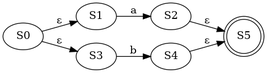
This is regex_to_min_dfa/Digraph.gv.png from Mamdouh-Attia/regex_NFA_DFA_generator, a Graphviz export, as it was before one commit. Its source is kept beside it as regex_to_min_dfa/Digraph.gv.
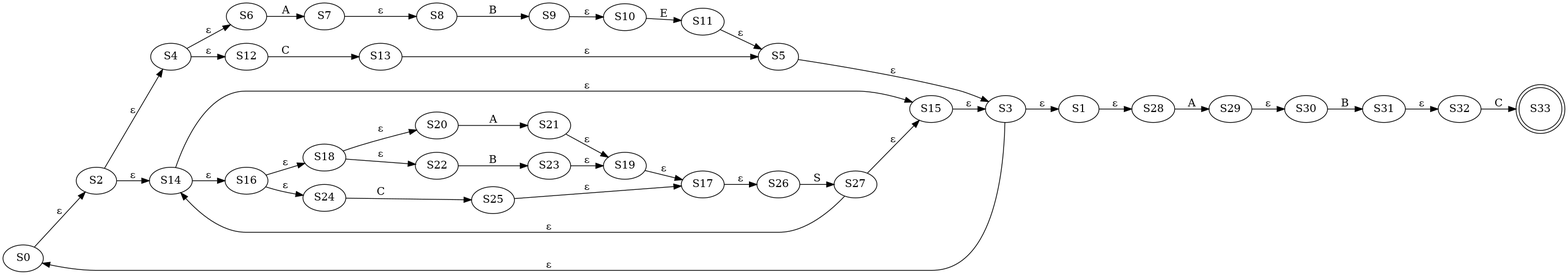
The same diagram one commit later.

Diff of the diagram source:
```diff
@@ -1,15 +1,77 @@
 digraph {
 	graph [rankdir=LR]
 	S0
-	S5 [shape=doublecircle]
 	S1
 	S2
 	S3
 	S4
-	S0 -> S1 [label="ε"]
-	S0 -> S3 [label="ε"]
-	S1 -> S2 [label=a]
-	S2 -> S5 [label="ε"]
-	S3 -> S4 [label=b]
-	S4 -> S5 [label="ε"]
+	S5
+	S6
+	S7
+	S8
+	S9
+	S10
+	S11
+	S12
+	S13
+	S14
+	S15
+	S16
+	S17
+	S18
+	S19
+	S20
+	S21
+	S22
+	S23
+	S24
+	S25
+	S26
+	S27
+	S28
+	S29
+	S30
+	S31
+	S32
+	S33 [shape=doublecircle]
+	S0 -> S2 [label="ε"]
+	S1 -> S28 [label="ε"]
+	S2 -> S4 [label="ε"]
+	S2 -> S14 [label="ε"]
+	S3 -> S1 [label="ε"]
+	S3 -> S0 [label="ε"]
+	S4 -> S6 [label="ε"]
+	S4 -> S12 [label="ε"]
+	S5 -> S3 [label="ε"]
+	S6 -> S7 [label=A]
+	S7 -> S8 [label="ε"]
+	S8 -> S9 [label=B]
+	S9 -> S10 [label="ε"]
+	S10 -> S11 [label=E]
+	S11 -> S5 [label="ε"]
+	S12 -> S13 [label=C]
+	S13 -> S5 [label="ε"]
+	S14 -> S16 [label="ε"]
+	S14 -> S15 [label="ε"]
+	S15 -> S3 [label="ε"]
+	S16 -> S18 [label="ε"]
+	S16 -> S24 [label="ε"]
+	S17 -> S26 [label="ε"]
+	S18 -> S20 [label="ε"]
+	S18 -> S22 [label="ε"]
+	S19 -> S17 [label="ε"]
+	S20 -> S21 [label=A]
+	S21 -> S19 [label="ε"]
+	S22 -> S23 [label=B]
+	S23 -> S19 [label="ε"]
+	S24 -> S25 [label=C]
+	S25 -> S17 [label="ε"]
+	S26 -> S27 [label=S]
+	S27 -> S14 [label="ε"]
+	S27 -> S15 [label="ε"]
+	S28 -> S29 [label=A]
+	S29 -> S30 [label="ε"]
+	S30 -> S31 [label=B]
+	S31 -> S32 [label="ε"]
+	S32 -> S33 [label=C]
 }
```
